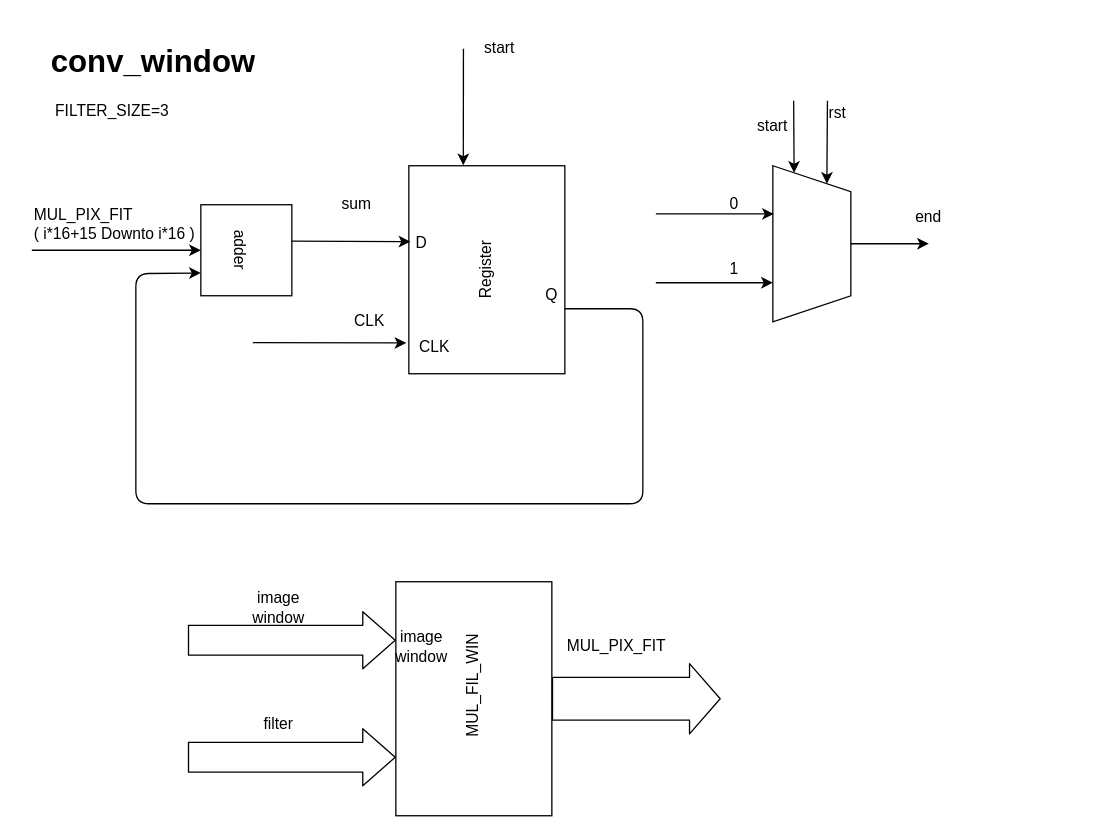
Above: design/conv_wimdow.drawio in abdallahabusedo/DCNN (draw.io), before the change. Source tidied: cells renumbered, new cells numbered last; positions are measured from the earlier drawing's top-left corner, leaving out a move shared by most shapes. Both pictures are drawn from the tidied source at 130%, with x=0, y=0 at pixel (31, 35).
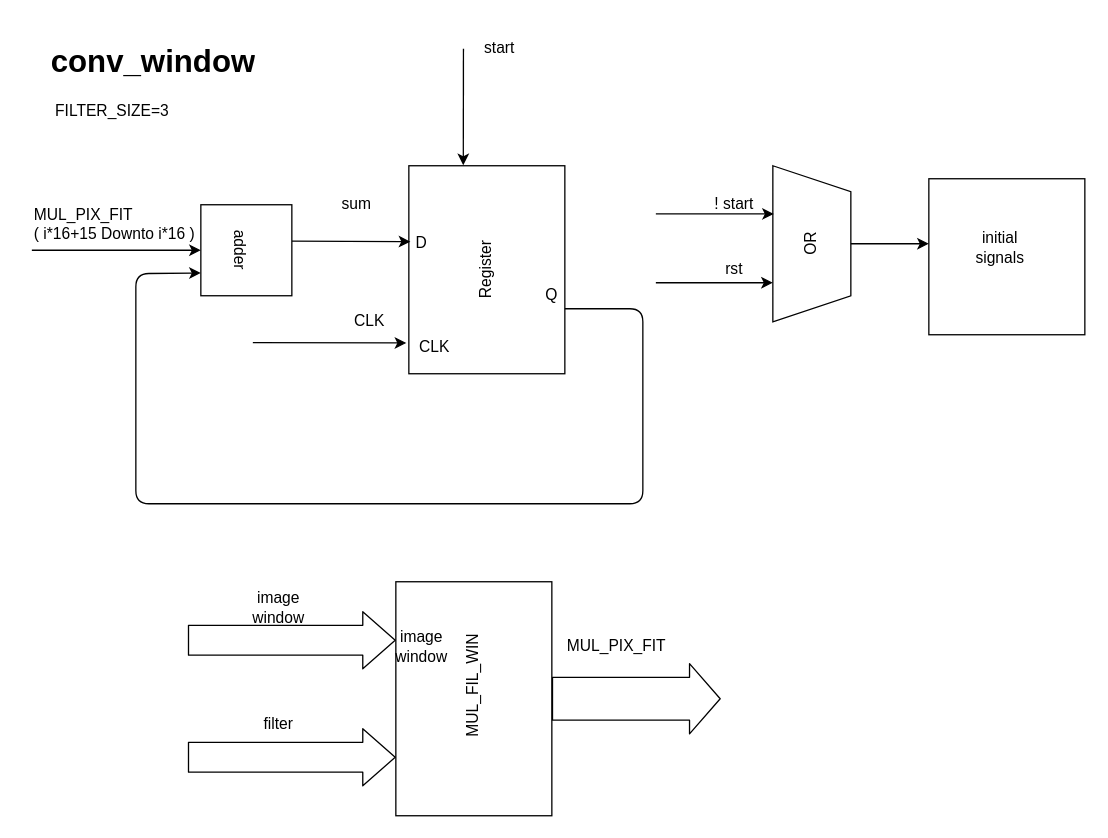
The same diagram, later.

The change refers to these unchanged cells:
```xml
<mxCell id="26" style="shape=trapezoid;perimeter=trapezoidPerimeter;whiteSpace=wrap;html=1;fixedSize=1;rotation=90;" parent="1" vertex="1">
  <mxGeometry x="540" y="130" width="120" height="60" as="geometry" />
</mxCell>
```

Change to the diagram source:
```diff
@@
-    <mxCell id="27" style="endArrow=classic;html=1;entryX=0;entryY=0.75;entryDx=0;entryDy=0;" parent="1" edge="1" target="26">
-      <mxGeometry relative="1" as="geometry">
-        <mxPoint x="586" y="50" as="sourcePoint" />
-      </mxGeometry>
-    </mxCell>
-    <mxCell id="28" style="endArrow=classic;html=1;entryX=0;entryY=0.25;entryDx=0;entryDy=0;" parent="1" edge="1" target="26">
-      <mxGeometry relative="1" as="geometry">
-        <mxPoint x="612" y="50" as="sourcePoint" />
-      </mxGeometry>
-    </mxCell>
@@
-    <mxCell id="32" value="rst" style="text;html=1;strokeColor=none;fillColor=none;align=center;verticalAlign=middle;whiteSpace=wrap;rounded=0;" parent="1" vertex="1">
-      <mxGeometry x="600" y="50" width="40" height="20" as="geometry" />
-    </mxCell>
-    <mxCell id="33" value="start" style="text;html=1;strokeColor=none;fillColor=none;align=center;verticalAlign=middle;whiteSpace=wrap;rounded=0;" parent="1" vertex="1">
-      <mxGeometry x="550" y="60" width="40" height="20" as="geometry" />
-    </mxCell>
@@
-    <mxCell id="36" value="end" style="text;html=1;strokeColor=none;fillColor=none;align=center;verticalAlign=middle;whiteSpace=wrap;rounded=0;" parent="1" vertex="1">
-      <mxGeometry x="670" y="130" width="40" height="20" as="geometry" />
-    </mxCell>
-    <mxCell id="37" value="0" style="text;html=1;align=center;verticalAlign=middle;strokeColor=none;" parent="1" vertex="1">
-      <mxGeometry x="530" y="120" width="20" height="20" as="geometry" />
+    <mxCell id="37" value="&lt;span&gt;! start&lt;/span&gt;" style="text;html=1;align=center;verticalAlign=middle;strokeColor=none;" parent="1" vertex="1">
+      <mxGeometry x="515" y="120" width="50" height="20" as="geometry" />
     </mxCell>
-    <mxCell id="38" value="1" style="text;html=1;align=center;verticalAlign=middle;strokeColor=none;" parent="1" vertex="1">
-      <mxGeometry x="530" y="170" width="20" height="20" as="geometry" />
+    <mxCell id="38" value="&lt;span&gt;rst&lt;/span&gt;" style="text;html=1;align=center;verticalAlign=middle;strokeColor=none;" parent="1" vertex="1">
+      <mxGeometry x="525" y="170" width="30" height="20" as="geometry" />
     </mxCell>
+    <mxCell id="39" value="OR" style="text;html=1;strokeColor=none;fillColor=none;align=center;verticalAlign=middle;whiteSpace=wrap;rounded=0;rotation=-90;" parent="1" vertex="1">
+      <mxGeometry x="580" y="150" width="40" height="20" as="geometry" />
+    </mxCell>
+    <mxCell id="40" style="rounded=0;whiteSpace=wrap;html=1;" parent="1" vertex="1">
+      <mxGeometry x="690" y="110" width="120" height="120" as="geometry" />
+    </mxCell>
+    <mxCell id="41" value="initial signals" style="text;html=1;strokeColor=none;fillColor=none;align=center;verticalAlign=middle;whiteSpace=wrap;rounded=0;" parent="1" vertex="1">
+      <mxGeometry x="720" y="150" width="50" height="25" as="geometry" />
+    </mxCell>
```
